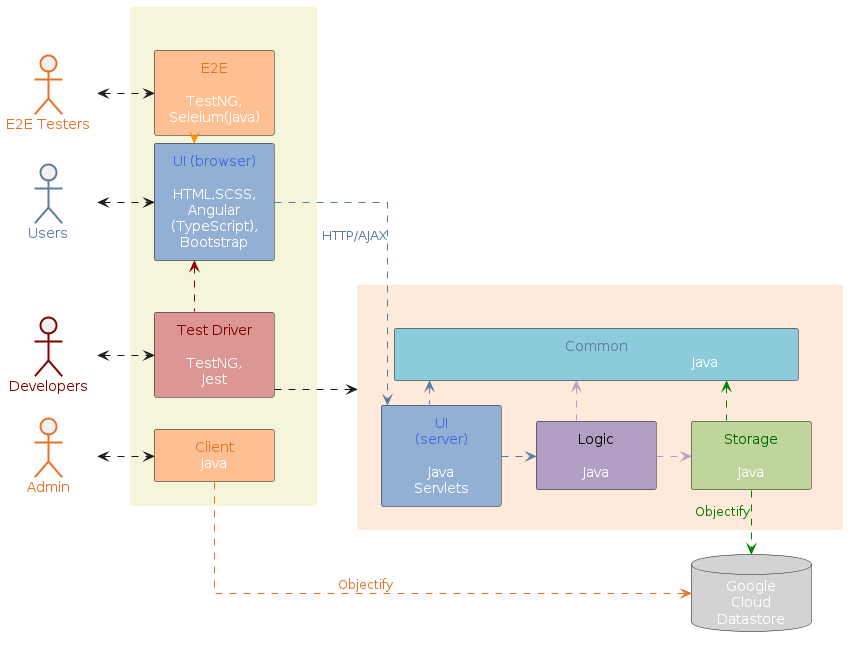
Before: diagrams/highlevelArchitecture.png, a diagram exported from PlantUML (TEAMMATES/teammates). Its source is kept beside it as diagrams/highlevelArchitecture.puml.
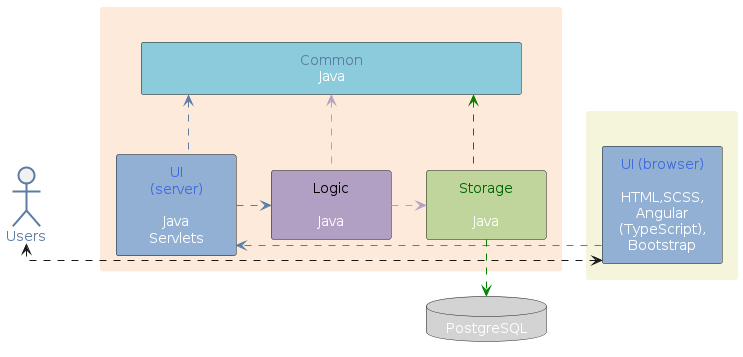
After the commit.

Diff of the diagram source:
```diff
@@ -5,63 +5,38 @@
 skinparam linetype ortho
 
 !define orange E97126
-!define lightorange FEC092
 !define blue 5B7CA3
 !define lightblue 91B0D4
 !define skyblue 8CCBDB
-!define lightred DC9693
 !define violet B2A0C4
 !define lightgreen C0D59C
 !define lightpink FEEADA
 
-actor E2E_actor as "E2E Testers" #line.bold;line:orange;text:orange
 actor Users #line.bold;line:blue;text:blue
-actor Developers #line.bold;line:maroon;text:maroon
-actor Admin #line.bold;line:orange;text:orange
 
 together {
     rectangle container1 as " " #beige;line:transparent {
-        rectangle E2E_rect as "<color:orange>E2E\n\n<color:white>TestNG,\n<color:white>Seleium(Java)" #lightorange
         rectangle UI_browser as "<color:royalblue>UI (browser)\n\n<color:white>HTML,SCSS,\n<color:white>Angular\n<color:white>(TypeScript),\n<color:white>Bootstrap" #lightblue
-        rectangle Test as "<color:maroon>Test Driver\n\n<color:white>TestNG,\n<color:white>Jest" #lightred
-        rectangle Client as "<color:orange>Client\n<color:white>Java" #lightorange
     }
 
     rectangle container2 as " " #lightpink;line:transparent {
-        rectangle Common as "<color:blue>Common\n\t\t\t\t\t\t\t\t\t<color:white>Java\t\t\t" #skyblue
+        rectangle Common as "<color:blue>Common\n\t\t\t\t\t  <color:white>Java\t\t\t\t\t\t" #skyblue
         rectangle UI_server as "<color:royalblue>UI\n<color:royalblue>(server)\n\n<color:white>Java\n<color:white>Servlets" #lightblue
         rectangle Logic as "<color:darkpurple>Logic\n\n<color:white>Java" #violet
         rectangle Storage as "<color:darkgreen>Storage\n\n<color:white>Java" #lightgreen
     }
 
-    database GCD as "<color:white>Google\n<color:white>Cloud\n<color:white>Datastore" #lightgrey
+    database db as "<color:white>PostgreSQL<color:white>" #lightgrey
 }
 
-E2E_actor <.right.> E2E_rect
 Users <.right.> UI_browser
-Developers <.right.> Test
-Admin <.right.> Client
-E2E_rect .down.> UI_browser #darkorange
-Test .up.> UI_browser #maroon
-UI_browser .[#blue]right.> UI_server : <color:blue> HTTP/AJAX
+UI_browser .[#blue]right.> UI_server
 UI_server .[#blue]up.> Common
 Logic .[#violet]up.> Common
 Storage .[#green]up.> Common
-Storage .[#green]down.> GCD : <color:green>Objectify
-Client .[#orange]right.> GCD : <color:orange>Objectify
+Storage .[#green]down.> db : <color:green>
 UI_server .[#blue]right.> Logic
 Logic .[#violet]right.> Storage
-Test .right.> container2
 
-E2E_actor -[hidden]- Users
-Users -[hidden]- Developers
-Developers -[hidden]- Admin
-E2E_rect -[hidden]- UI_browser
-UI_browser -[hidden]- Test
-Test -[hidden]- Client
-Common -[hidden]- UI_server
-Common -[hidden]- Storage
-Common -[hidden]- Logic
-container1 -[hidden]- container2
-container2 -[hidden]down- GCD
+UI_browser -[hidden]right-> UI_server
 @enduml
```
